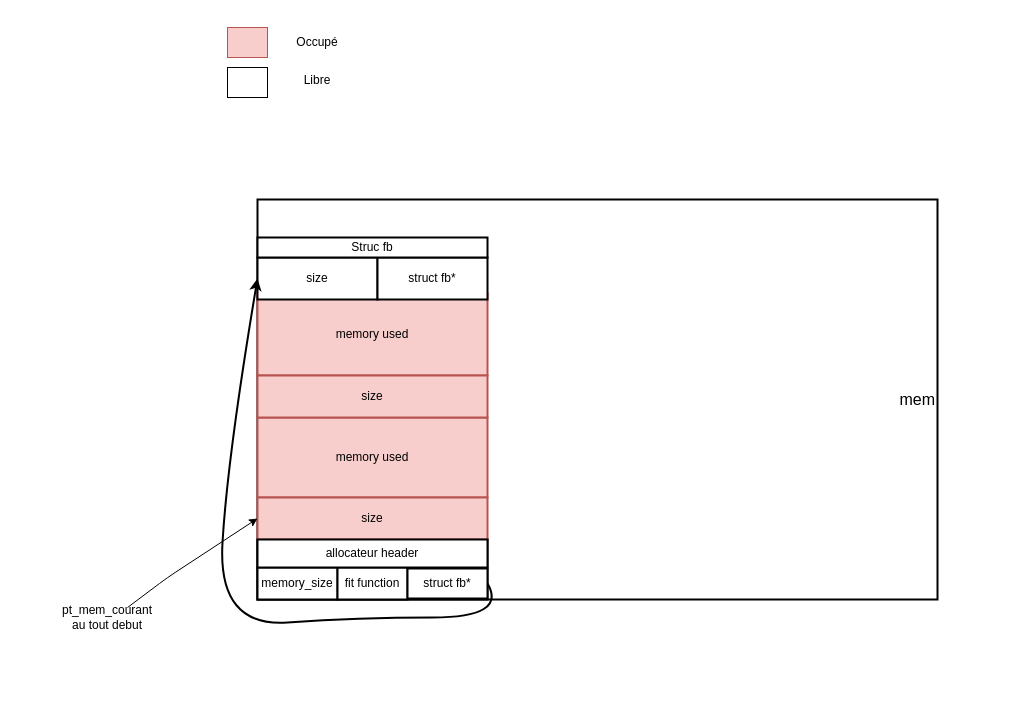
The draw.io diagram diagrams/utilisation_memoire.drawio in gregiorg/API_TP4_PELISSE_FODOR, before the edit. Source tidied: cells renumbered, new cells numbered last; positions are measured from the earlier drawing's top-left corner, leaving out a move shared by most shapes. Both pictures are drawn from the tidied source at 100%, with x=0, y=0 at pixel (87, 27).
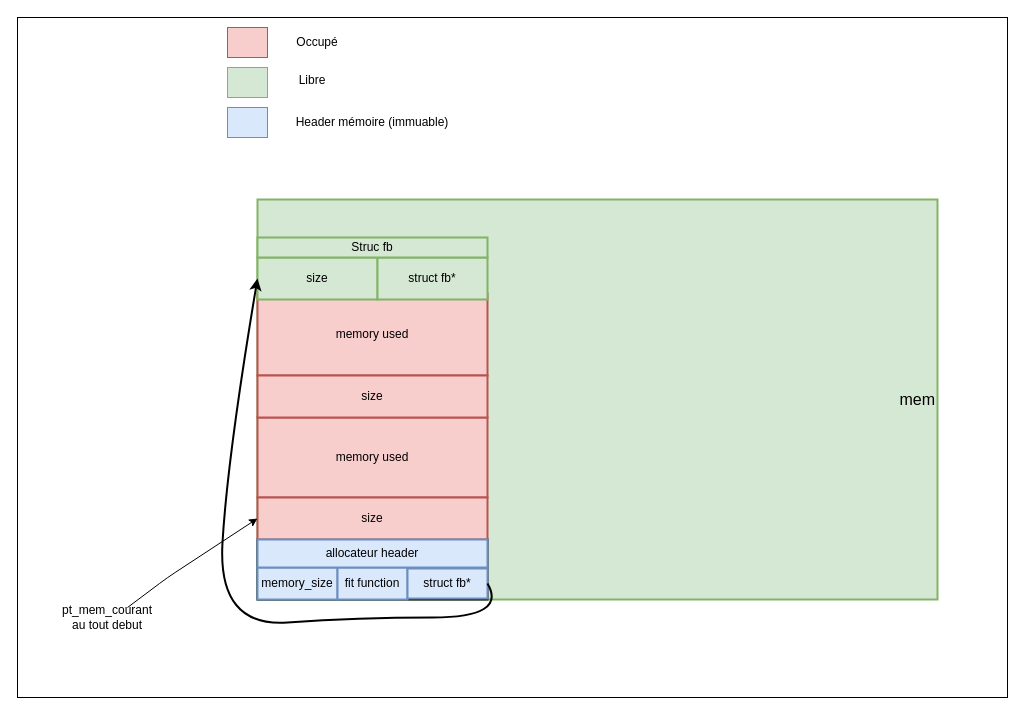
The same diagram, later.

The edit, as a diff of the source:
```diff
@@
+    <mxCell id="22" style="rounded=0;whiteSpace=wrap;html=1;fillColor=#FFFFFF;gradientColor=none;" parent="1" vertex="1">
+      <mxGeometry x="-70" y="-10" width="990" height="680" as="geometry" />
+    </mxCell>
-    <mxCell id="2" value="&lt;div style=&quot;font-size: 16px&quot; align=&quot;right&quot;&gt;&lt;p&gt;mem&lt;/p&gt;&lt;/div&gt;" style="rounded=0;whiteSpace=wrap;html=1;align=right;strokeWidth=2;" parent="1" vertex="1">
+    <mxCell id="2" value="&lt;div style=&quot;font-size: 16px&quot; align=&quot;right&quot;&gt;&lt;p&gt;mem&lt;/p&gt;&lt;/div&gt;" style="rounded=0;whiteSpace=wrap;html=1;align=right;strokeWidth=2;fillColor=#d5e8d4;strokeColor=#82b366;" parent="1" vertex="1">
       <mxGeometry x="170" y="172" width="680" height="400" as="geometry" />
     </mxCell>
@@
-    <mxCell id="8" value="size" style="rounded=0;whiteSpace=wrap;html=1;strokeWidth=2;" parent="1" vertex="1">
+    <mxCell id="8" value="size" style="rounded=0;whiteSpace=wrap;html=1;strokeWidth=2;fillColor=#d5e8d4;strokeColor=#82b366;" parent="1" vertex="1">
       <mxGeometry x="170" y="230" width="120" height="42" as="geometry" />
     </mxCell>
-    <mxCell id="9" value="struct fb*" style="rounded=0;whiteSpace=wrap;html=1;strokeWidth=2;" parent="1" vertex="1">
+    <mxCell id="9" value="struct fb*" style="rounded=0;whiteSpace=wrap;html=1;strokeWidth=2;fillColor=#d5e8d4;strokeColor=#82b366;" parent="1" vertex="1">
       <mxGeometry x="290" y="230" width="110" height="42" as="geometry" />
     </mxCell>
-    <mxCell id="10" value="Struc fb" style="rounded=0;whiteSpace=wrap;html=1;strokeWidth=2;" parent="1" vertex="1">
+    <mxCell id="10" value="Struc fb" style="rounded=0;whiteSpace=wrap;html=1;strokeWidth=2;fillColor=#d5e8d4;strokeColor=#82b366;" parent="1" vertex="1">
       <mxGeometry x="170" y="210" width="230" height="20" as="geometry" />
     </mxCell>
-    <mxCell id="11" value="memory_size" style="rounded=0;whiteSpace=wrap;html=1;strokeWidth=2;" parent="1" vertex="1">
+    <mxCell id="11" value="memory_size" style="rounded=0;whiteSpace=wrap;html=1;strokeWidth=2;fillColor=#dae8fc;strokeColor=#6c8ebf;" parent="1" vertex="1">
       <mxGeometry x="170" y="540" width="80" height="32" as="geometry" />
     </mxCell>
-    <mxCell id="12" value="fit function" style="rounded=0;whiteSpace=wrap;html=1;strokeWidth=2;direction=west;" parent="1" vertex="1">
+    <mxCell id="12" value="fit function" style="rounded=0;whiteSpace=wrap;html=1;strokeWidth=2;direction=west;fillColor=#dae8fc;strokeColor=#6c8ebf;" parent="1" vertex="1">
       <mxGeometry x="250" y="540" width="70" height="32" as="geometry" />
     </mxCell>
-    <mxCell id="13" value="&lt;div align=&quot;right&quot;&gt;allocateur header&lt;/div&gt;" style="rounded=0;whiteSpace=wrap;html=1;strokeWidth=2;" parent="1" vertex="1">
+    <mxCell id="13" value="&lt;div align=&quot;right&quot;&gt;allocateur header&lt;/div&gt;" style="rounded=0;whiteSpace=wrap;html=1;strokeWidth=2;fillColor=#dae8fc;strokeColor=#6c8ebf;" parent="1" vertex="1">
       <mxGeometry x="170" y="512" width="230" height="28" as="geometry" />
     </mxCell>
-    <mxCell id="14" value="struct fb* " style="rounded=0;whiteSpace=wrap;html=1;strokeWidth=2;" parent="1" vertex="1">
+    <mxCell id="14" value="struct fb* " style="rounded=0;whiteSpace=wrap;html=1;strokeWidth=2;fillColor=#dae8fc;strokeColor=#6c8ebf;" parent="1" vertex="1">
       <mxGeometry x="320" y="541" width="80" height="30" as="geometry" />
     </mxCell>
@@
-    <mxCell id="18" style="rounded=0;whiteSpace=wrap;html=1;" parent="1" vertex="1">
+    <mxCell id="18" style="rounded=0;whiteSpace=wrap;html=1;fillColor=#d5e8d4;strokeColor=#82b366;" parent="1" vertex="1">
       <mxGeometry x="140" y="40" width="40" height="30" as="geometry" />
     </mxCell>
     <mxCell id="19" value="Libre" style="text;html=1;strokeColor=none;fillColor=none;align=center;verticalAlign=middle;whiteSpace=wrap;rounded=0;" parent="1" vertex="1">
-      <mxGeometry x="200" y="35" width="60" height="35" as="geometry" />
+      <mxGeometry x="200" y="35" width="50" height="35" as="geometry" />
     </mxCell>
@@
+    <mxCell id="23" style="rounded=0;whiteSpace=wrap;html=1;fillColor=#dae8fc;strokeColor=#6c8ebf;" parent="1" vertex="1">
+      <mxGeometry x="140" y="80" width="40" height="30" as="geometry" />
+    </mxCell>
+    <mxCell id="24" value="Header mémoire (immuable)" style="text;html=1;strokeColor=none;fillColor=none;align=center;verticalAlign=middle;whiteSpace=wrap;rounded=0;" parent="1" vertex="1">
+      <mxGeometry x="205" y="85" width="160" height="20" as="geometry" />
+    </mxCell>
```
